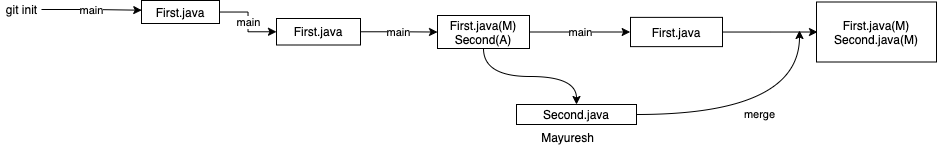
Earlier version of the draw.io export images/day4.drawio.png (adithnaveen/sapient-freshers-aem-oct-2021). Source tidied: cells renumbered, new cells last; positions are measured from the earlier drawing's top-left corner, leaving out a move shared by most shapes.
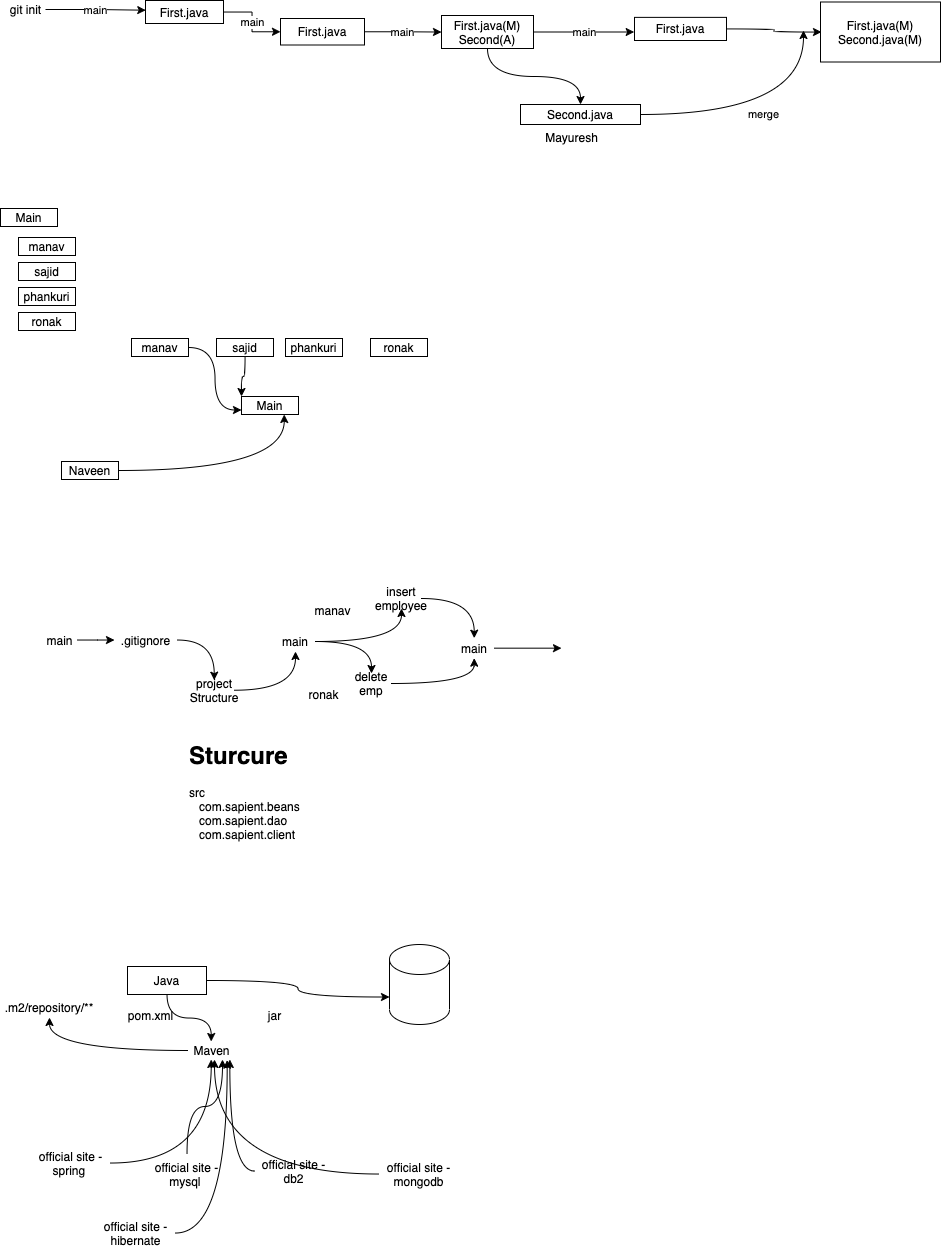
Later version of the same file.

Change to the diagram source:
```diff
@@ -1,4 +1,4 @@
-<mxGraphModel>
+<mxGraphModel shadow="1">
   <root>
     <mxCell id="0" />
     <mxCell id="1" parent="0" />
@@ -45,7 +45,7 @@
       </mxGeometry>
     </mxCell>
     <mxCell id="14" value="First.java" style="rounded=0;whiteSpace=wrap;html=1;" parent="1" vertex="1">
-      <mxGeometry x="630" y="16.9" width="92" height="29.2" as="geometry" />
+      <mxGeometry x="630" y="16.9" width="92" height="23.1" as="geometry" />
     </mxCell>
     <mxCell id="15" value="First.java(M)&lt;br&gt;Second.java(M)" style="rounded=0;whiteSpace=wrap;html=1;" parent="1" vertex="1">
       <mxGeometry x="816" y="1.5" width="120" height="60" as="geometry" />
@@ -53,5 +53,162 @@
     <mxCell id="16" value="Mayuresh" style="text;html=1;align=center;verticalAlign=middle;strokeColor=none;" parent="1" vertex="1">
       <mxGeometry x="535" y="128" width="63" height="18" as="geometry" />
     </mxCell>
+    <mxCell id="17" value="Main" style="rounded=0;whiteSpace=wrap;html=1;" parent="1" vertex="1">
+      <mxGeometry x="-4" y="208" width="57" height="18" as="geometry" />
+    </mxCell>
+    <mxCell id="18" value="manav" style="rounded=0;whiteSpace=wrap;html=1;" parent="1" vertex="1">
+      <mxGeometry x="14" y="237" width="57" height="18" as="geometry" />
+    </mxCell>
+    <mxCell id="19" value="sajid" style="rounded=0;whiteSpace=wrap;html=1;" parent="1" vertex="1">
+      <mxGeometry x="14" y="262" width="57" height="18" as="geometry" />
+    </mxCell>
+    <mxCell id="20" value="phankuri" style="rounded=0;whiteSpace=wrap;html=1;" parent="1" vertex="1">
+      <mxGeometry x="14" y="287" width="57" height="18" as="geometry" />
+    </mxCell>
+    <mxCell id="21" value="ronak" style="rounded=0;whiteSpace=wrap;html=1;" parent="1" vertex="1">
+      <mxGeometry x="14" y="312" width="57" height="18" as="geometry" />
+    </mxCell>
+    <mxCell id="22" style="edgeStyle=orthogonalEdgeStyle;rounded=0;jettySize=auto;html=1;entryX=0;entryY=0.75;entryDx=0;entryDy=0;curved=1;" parent="1" edge="1" source="23" target="30">
+      <mxGeometry relative="1" as="geometry" />
+    </mxCell>
+    <mxCell id="23" value="manav" style="rounded=0;whiteSpace=wrap;html=1;" parent="1" vertex="1">
+      <mxGeometry x="127" y="338" width="57" height="18" as="geometry" />
+    </mxCell>
+    <mxCell id="24" style="edgeStyle=orthogonalEdgeStyle;curved=1;rounded=0;jettySize=auto;html=1;entryX=0;entryY=0;entryDx=0;entryDy=0;" parent="1" edge="1" source="25" target="30">
+      <mxGeometry relative="1" as="geometry" />
+    </mxCell>
+    <mxCell id="25" value="sajid" style="rounded=0;whiteSpace=wrap;html=1;" parent="1" vertex="1">
+      <mxGeometry x="212" y="338" width="57" height="18" as="geometry" />
+    </mxCell>
+    <mxCell id="26" value="phankuri" style="rounded=0;whiteSpace=wrap;html=1;" parent="1" vertex="1">
+      <mxGeometry x="281" y="338" width="57" height="18" as="geometry" />
+    </mxCell>
+    <mxCell id="27" value="ronak" style="rounded=0;whiteSpace=wrap;html=1;" parent="1" vertex="1">
+      <mxGeometry x="366" y="338" width="57" height="18" as="geometry" />
+    </mxCell>
+    <mxCell id="28" style="edgeStyle=orthogonalEdgeStyle;curved=1;rounded=0;jettySize=auto;html=1;entryX=0.75;entryY=1;entryDx=0;entryDy=0;" parent="1" edge="1" source="29" target="30">
+      <mxGeometry relative="1" as="geometry" />
+    </mxCell>
+    <mxCell id="29" value="Naveen" style="rounded=0;whiteSpace=wrap;html=1;" parent="1" vertex="1">
+      <mxGeometry x="57" y="461" width="57" height="18" as="geometry" />
+    </mxCell>
+    <mxCell id="30" value="Main" style="rounded=0;whiteSpace=wrap;html=1;" parent="1" vertex="1">
+      <mxGeometry x="237" y="396" width="57" height="18" as="geometry" />
+    </mxCell>
+    <mxCell id="31" style="edgeStyle=orthogonalEdgeStyle;curved=1;rounded=0;jettySize=auto;html=1;" parent="1" edge="1" source="32" target="34">
+      <mxGeometry relative="1" as="geometry" />
+    </mxCell>
+    <mxCell id="32" value="main" style="text;html=1;strokeColor=none;fillColor=none;align=center;verticalAlign=middle;whiteSpace=wrap;rounded=0;" parent="1" vertex="1">
+      <mxGeometry x="38" y="633" width="35" height="13" as="geometry" />
+    </mxCell>
+    <mxCell id="33" style="edgeStyle=orthogonalEdgeStyle;curved=1;rounded=0;jettySize=auto;html=1;" parent="1" edge="1" source="34" target="36">
+      <mxGeometry relative="1" as="geometry" />
+    </mxCell>
+    <mxCell id="34" value=".gitignore" style="text;html=1;strokeColor=none;fillColor=none;align=center;verticalAlign=middle;whiteSpace=wrap;rounded=0;" parent="1" vertex="1">
+      <mxGeometry x="110" y="626.8" width="63" height="25.5" as="geometry" />
+    </mxCell>
+    <mxCell id="35" style="edgeStyle=orthogonalEdgeStyle;curved=1;rounded=0;jettySize=auto;html=1;" parent="1" edge="1" source="36" target="40">
+      <mxGeometry relative="1" as="geometry" />
+    </mxCell>
+    <mxCell id="36" value="project Structure" style="text;html=1;strokeColor=none;fillColor=none;align=center;verticalAlign=middle;whiteSpace=wrap;rounded=0;" parent="1" vertex="1">
+      <mxGeometry x="189.7" y="679.7" width="40" height="20" as="geometry" />
+    </mxCell>
+    <mxCell id="37" value="&lt;h1&gt;&lt;span&gt;Sturcure&lt;/span&gt;&lt;br&gt;&lt;/h1&gt;&lt;div&gt;&lt;span style=&quot;font-size: 12px ; font-weight: normal&quot;&gt;src&lt;/span&gt;&lt;/div&gt;&lt;div&gt;&lt;span style=&quot;font-size: 12px ; font-weight: normal&quot;&gt;&amp;nbsp; &amp;nbsp;com.sapient.beans&lt;/span&gt;&lt;/div&gt;&lt;div&gt;&lt;span style=&quot;font-size: 12px ; font-weight: normal&quot;&gt;&amp;nbsp; &amp;nbsp;com.sapient.dao&lt;/span&gt;&lt;/div&gt;&lt;div&gt;&lt;span style=&quot;font-size: 12px ; font-weight: normal&quot;&gt;&amp;nbsp; &amp;nbsp;com.sapient.client&lt;/span&gt;&lt;/div&gt;" style="text;html=1;strokeColor=none;fillColor=none;spacing=5;spacingTop=-20;whiteSpace=wrap;overflow=hidden;rounded=0;" parent="1" vertex="1">
+      <mxGeometry x="180" y="736" width="127" height="120" as="geometry" />
+    </mxCell>
+    <mxCell id="38" style="edgeStyle=orthogonalEdgeStyle;curved=1;rounded=0;jettySize=auto;html=1;" parent="1" edge="1" source="40" target="44">
+      <mxGeometry relative="1" as="geometry" />
+    </mxCell>
+    <mxCell id="39" style="edgeStyle=orthogonalEdgeStyle;curved=1;rounded=0;jettySize=auto;html=1;" parent="1" edge="1" source="40" target="46">
+      <mxGeometry relative="1" as="geometry" />
+    </mxCell>
+    <mxCell id="40" value="main" style="text;html=1;strokeColor=none;fillColor=none;align=center;verticalAlign=middle;whiteSpace=wrap;rounded=0;" parent="1" vertex="1">
+      <mxGeometry x="271" y="631" width="40" height="20" as="geometry" />
+    </mxCell>
+    <mxCell id="41" value="manav" style="text;html=1;align=center;verticalAlign=middle;strokeColor=none;" parent="1" vertex="1">
+      <mxGeometry x="305" y="601" width="46" height="18" as="geometry" />
+    </mxCell>
+    <mxCell id="42" value="ronak" style="text;html=1;align=center;verticalAlign=middle;strokeColor=none;" parent="1" vertex="1">
+      <mxGeometry x="299" y="685" width="40" height="18" as="geometry" />
+    </mxCell>
+    <mxCell id="43" style="edgeStyle=orthogonalEdgeStyle;curved=1;rounded=0;jettySize=auto;html=1;" parent="1" edge="1" source="44" target="48">
+      <mxGeometry relative="1" as="geometry" />
+    </mxCell>
+    <mxCell id="44" value="insert employee" style="text;html=1;strokeColor=none;fillColor=none;align=center;verticalAlign=middle;whiteSpace=wrap;rounded=0;" parent="1" vertex="1">
+      <mxGeometry x="377" y="588" width="40" height="20" as="geometry" />
+    </mxCell>
+    <mxCell id="45" style="edgeStyle=orthogonalEdgeStyle;curved=1;rounded=0;jettySize=auto;html=1;" parent="1" edge="1" source="46" target="48">
+      <mxGeometry relative="1" as="geometry" />
+    </mxCell>
+    <mxCell id="46" value="delete emp" style="text;html=1;strokeColor=none;fillColor=none;align=center;verticalAlign=middle;whiteSpace=wrap;rounded=0;" parent="1" vertex="1">
+      <mxGeometry x="347" y="673" width="40" height="20" as="geometry" />
+    </mxCell>
+    <mxCell id="47" style="edgeStyle=orthogonalEdgeStyle;curved=1;rounded=0;jettySize=auto;html=1;" parent="1" edge="1" source="48">
+      <mxGeometry relative="1" as="geometry">
+        <mxPoint x="557" y="647.7" as="targetPoint" />
+      </mxGeometry>
+    </mxCell>
+    <mxCell id="48" value="main" style="text;html=1;strokeColor=none;fillColor=none;align=center;verticalAlign=middle;whiteSpace=wrap;rounded=0;" parent="1" vertex="1">
+      <mxGeometry x="449.7" y="637.7" width="40" height="20" as="geometry" />
+    </mxCell>
+    <mxCell id="49" style="edgeStyle=orthogonalEdgeStyle;rounded=0;jettySize=auto;html=1;curved=1;entryX=0;entryY=0;entryDx=0;entryDy=52.5;entryPerimeter=0;" parent="1" edge="1" source="51" target="52">
+      <mxGeometry relative="1" as="geometry" />
+    </mxCell>
+    <mxCell id="50" style="edgeStyle=orthogonalEdgeStyle;curved=1;rounded=0;jettySize=auto;html=1;" parent="1" edge="1" source="51" target="65">
+      <mxGeometry relative="1" as="geometry" />
+    </mxCell>
+    <mxCell id="51" value="Java" style="rounded=0;whiteSpace=wrap;html=1;" parent="1" vertex="1">
+      <mxGeometry x="123" y="966" width="79" height="28" as="geometry" />
+    </mxCell>
+    <mxCell id="52" style="shape=cylinder3;whiteSpace=wrap;html=1;boundedLbl=1;backgroundOutline=1;size=15;" parent="1" vertex="1">
+      <mxGeometry x="385" y="944" width="60" height="80" as="geometry" />
+    </mxCell>
+    <mxCell id="53" value="jar" style="text;html=1;align=center;verticalAlign=middle;strokeColor=none;" parent="1" vertex="1">
+      <mxGeometry x="258" y="1006" width="23" height="18" as="geometry" />
+    </mxCell>
+    <mxCell id="54" style="edgeStyle=orthogonalEdgeStyle;curved=1;rounded=0;jettySize=auto;html=1;entryX=0.746;entryY=1;entryDx=0;entryDy=0;entryPerimeter=0;" parent="1" edge="1" source="55" target="65">
+      <mxGeometry relative="1" as="geometry" />
+    </mxCell>
+    <mxCell id="55" value="official site - mysql&amp;nbsp;" style="text;html=1;strokeColor=none;fillColor=none;align=center;verticalAlign=middle;whiteSpace=wrap;rounded=0;" parent="1" vertex="1">
+      <mxGeometry x="143" y="1153" width="79" height="41" as="geometry" />
+    </mxCell>
+    <mxCell id="56" style="edgeStyle=orthogonalEdgeStyle;curved=1;rounded=0;jettySize=auto;html=1;entryX=0.906;entryY=1;entryDx=0;entryDy=0;entryPerimeter=0;" parent="1" edge="1" source="57" target="65">
+      <mxGeometry relative="1" as="geometry" />
+    </mxCell>
+    <mxCell id="57" value="official site -db2" style="text;html=1;strokeColor=none;fillColor=none;align=center;verticalAlign=middle;whiteSpace=wrap;rounded=0;" parent="1" vertex="1">
+      <mxGeometry x="250" y="1150" width="79" height="41" as="geometry" />
+    </mxCell>
+    <mxCell id="58" style="edgeStyle=orthogonalEdgeStyle;curved=1;rounded=0;jettySize=auto;html=1;" parent="1" edge="1" source="59">
+      <mxGeometry relative="1" as="geometry">
+        <mxPoint x="210" y="1059" as="targetPoint" />
+      </mxGeometry>
+    </mxCell>
+    <mxCell id="59" value="official site -mongodb" style="text;html=1;strokeColor=none;fillColor=none;align=center;verticalAlign=middle;whiteSpace=wrap;rounded=0;" parent="1" vertex="1">
+      <mxGeometry x="375" y="1153" width="79" height="41" as="geometry" />
+    </mxCell>
+    <mxCell id="60" style="edgeStyle=orthogonalEdgeStyle;curved=1;rounded=0;jettySize=auto;html=1;" parent="1" edge="1" source="61" target="65">
+      <mxGeometry relative="1" as="geometry" />
+    </mxCell>
+    <mxCell id="61" value="official site - spring&amp;nbsp;" style="text;html=1;strokeColor=none;fillColor=none;align=center;verticalAlign=middle;whiteSpace=wrap;rounded=0;" parent="1" vertex="1">
+      <mxGeometry x="27" y="1142" width="79" height="41" as="geometry" />
+    </mxCell>
+    <mxCell id="62" style="edgeStyle=orthogonalEdgeStyle;curved=1;rounded=0;jettySize=auto;html=1;entryX=0.848;entryY=1.037;entryDx=0;entryDy=0;entryPerimeter=0;" parent="1" edge="1" source="63" target="65">
+      <mxGeometry relative="1" as="geometry" />
+    </mxCell>
+    <mxCell id="63" value="official site - hibernate" style="text;html=1;strokeColor=none;fillColor=none;align=center;verticalAlign=middle;whiteSpace=wrap;rounded=0;" parent="1" vertex="1">
+      <mxGeometry x="92" y="1212" width="79" height="41" as="geometry" />
+    </mxCell>
+    <mxCell id="64" style="edgeStyle=orthogonalEdgeStyle;curved=1;rounded=0;jettySize=auto;html=1;" parent="1" edge="1" source="65" target="67">
+      <mxGeometry relative="1" as="geometry" />
+    </mxCell>
+    <mxCell id="65" value="Maven" style="text;html=1;align=center;verticalAlign=middle;points=[];strokeColor=none;" parent="1" vertex="1">
+      <mxGeometry x="183.7" y="1041" width="46" height="18" as="geometry" />
+    </mxCell>
+    <mxCell id="66" value="pom.xml" style="text;html=1;align=center;verticalAlign=middle;strokeColor=none;" parent="1" vertex="1">
+      <mxGeometry x="118" y="1006" width="55" height="18" as="geometry" />
+    </mxCell>
+    <mxCell id="67" value=".m2/repository/**" style="text;html=1;strokeColor=none;fillColor=none;align=center;verticalAlign=middle;whiteSpace=wrap;rounded=0;" parent="1" vertex="1">
+      <mxGeometry x="25" y="997" width="40" height="20" as="geometry" />
+    </mxCell>
   </root>
 </mxGraphModel>
```
